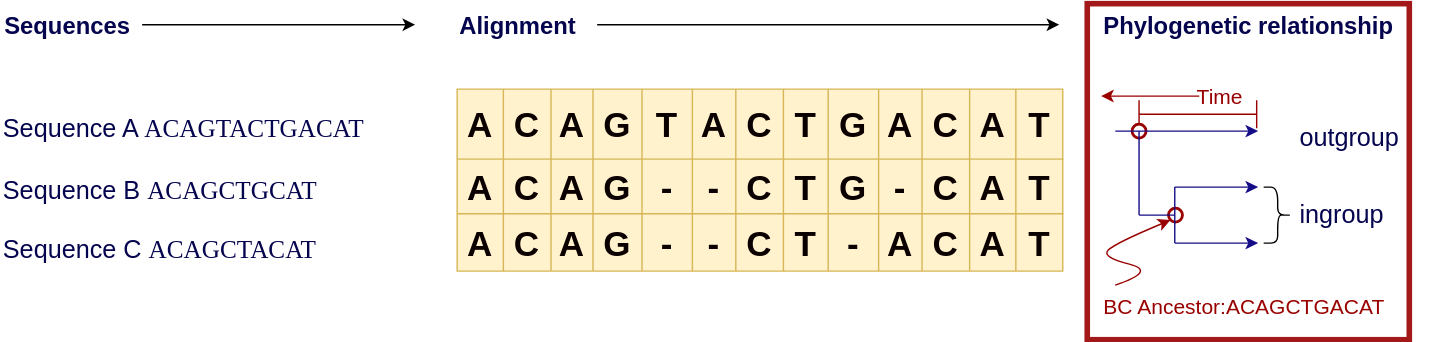
Before: images/3alignment_infer.drawio.svg, a diagram exported from draw.io (khiron/dBGAlignSlides). Source tidied: cells renumbered, new cells last; positions are measured from the earlier drawing's top-left corner, leaving out a move shared by most shapes.
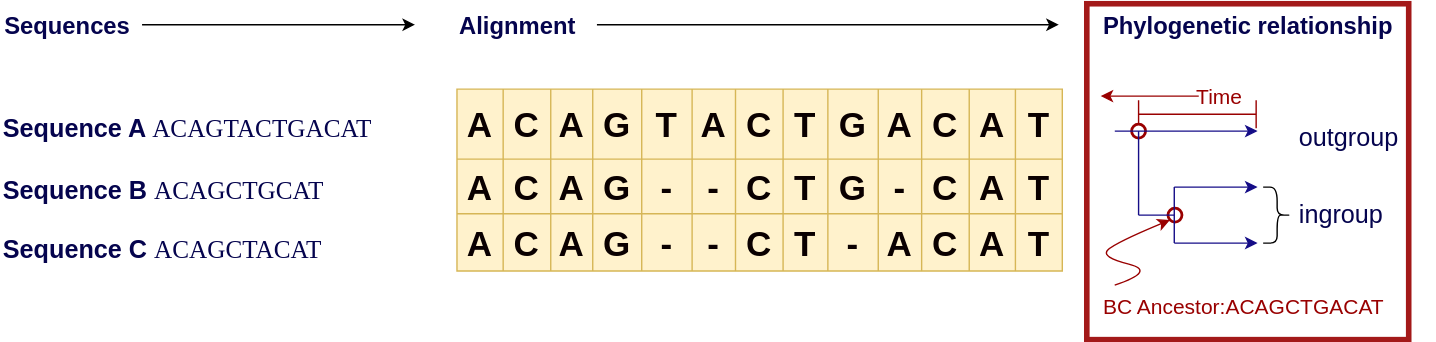
After the change.

Change to the diagram source:
```diff
@@ -231,14 +231,14 @@
         <mxPoint x="813" y="91" as="targetPoint" />
       </mxGeometry>
     </mxCell>
-    <mxCell id="67" value="Sequence A&amp;nbsp; &amp;nbsp; &lt;font face=&quot;Lucida Console&quot;&gt;ACAGTACTGACAT&lt;/font&gt;" style="text;html=1;align=left;verticalAlign=middle;whiteSpace=wrap;rounded=0;fontSize=18;fontStyle=0;labelPosition=center;verticalLabelPosition=middle;fontColor=#05044e;" parent="1" vertex="1">
-      <mxGeometry y="75" width="296" height="30" as="geometry" />
-    </mxCell>
+    <mxCell id="69" value="&lt;b&gt;Sequence A&lt;/b&gt;&amp;nbsp; &amp;nbsp; &lt;font face=&quot;Lucida Console&quot;&gt;ACAGTACTGACAT&lt;/font&gt;" style="text;html=1;align=left;verticalAlign=middle;whiteSpace=wrap;rounded=0;fontSize=18;fontStyle=0;labelPosition=center;verticalLabelPosition=middle;fontColor=#05044e;" parent="1" vertex="1">
+      <mxGeometry y="75" width="296" height="30" as="geometry" />
+    </mxCell>
-    <mxCell id="68" value="Sequence B&amp;nbsp; &amp;nbsp; &lt;font face=&quot;Lucida Console&quot;&gt;ACAGCTGCAT&lt;/font&gt;" style="text;html=1;align=left;verticalAlign=middle;whiteSpace=wrap;rounded=0;fontSize=18;fontStyle=0;labelPosition=center;verticalLabelPosition=middle;fontColor=#05044e;" parent="1" vertex="1">
+    <mxCell id="68" value="&lt;b&gt;Sequence B&lt;/b&gt;&amp;nbsp; &amp;nbsp; &lt;font face=&quot;Lucida Console&quot;&gt;ACAGCTGCAT&lt;/font&gt;" style="text;html=1;align=left;verticalAlign=middle;whiteSpace=wrap;rounded=0;fontSize=18;fontStyle=0;labelPosition=center;verticalLabelPosition=middle;fontColor=#05044e;" parent="1" vertex="1">
       <mxGeometry y="116" width="296" height="35" as="geometry" />
     </mxCell>
-    <mxCell id="69" value="Sequence C&amp;nbsp; &amp;nbsp; &lt;font face=&quot;Lucida Console&quot;&gt;ACAGCTACAT&lt;/font&gt;" style="text;html=1;align=left;verticalAlign=middle;whiteSpace=wrap;rounded=0;fontSize=18;fontStyle=0;labelPosition=center;verticalLabelPosition=middle;fontColor=#05044e;" parent="1" vertex="1">
-      <mxGeometry y="160" width="296" height="31" as="geometry" />
-    </mxCell>
+    <mxCell id="70" value="&lt;b&gt;Sequence C&lt;/b&gt;&amp;nbsp; &amp;nbsp; &lt;font face=&quot;Lucida Console&quot;&gt;ACAGCTACAT&lt;/font&gt;" style="text;html=1;align=left;verticalAlign=middle;whiteSpace=wrap;rounded=0;fontSize=18;fontStyle=0;labelPosition=center;verticalLabelPosition=middle;fontColor=#05044e;" parent="1" vertex="1">
+      <mxGeometry y="160" width="296" height="31" as="geometry" />
+    </mxCell>
   </root>
 </mxGraphModel>
```
